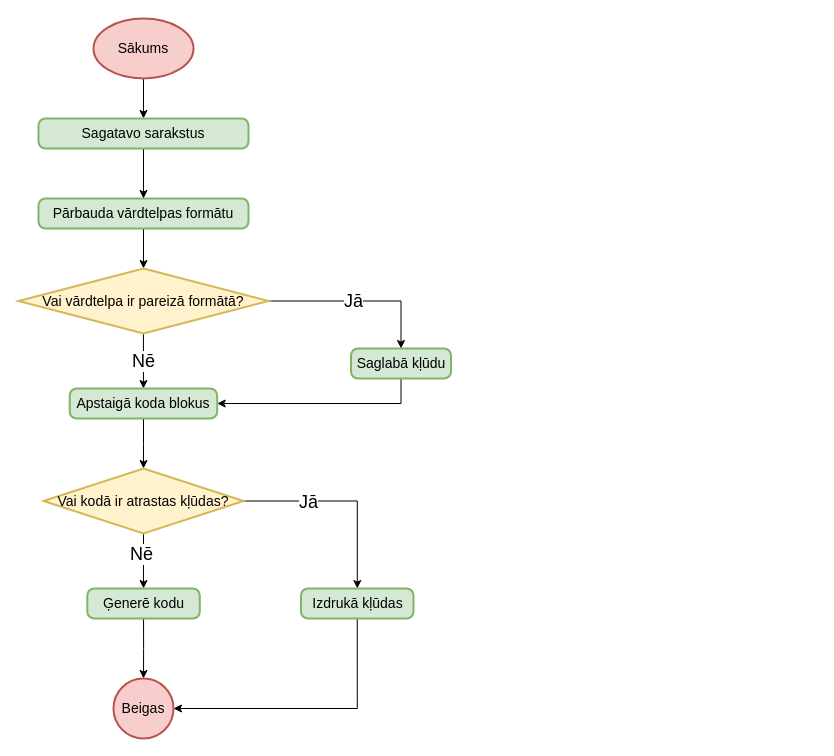
The draw.io diagram page "Komiplatora pamatprojektejums" (4 of 5) of src/Qualification project/Documentation/Diagrammas/Kompilators/Kompilators.drawio in artiks12/webAppOS, before the edit. Source tidied: cells renumbered, new cells numbered last; positions are measured from the earlier drawing's top-left corner, leaving out a move shared by most shapes. Both pictures are drawn from the tidied source at 100%, with x=0, y=0 at pixel (18, 18).
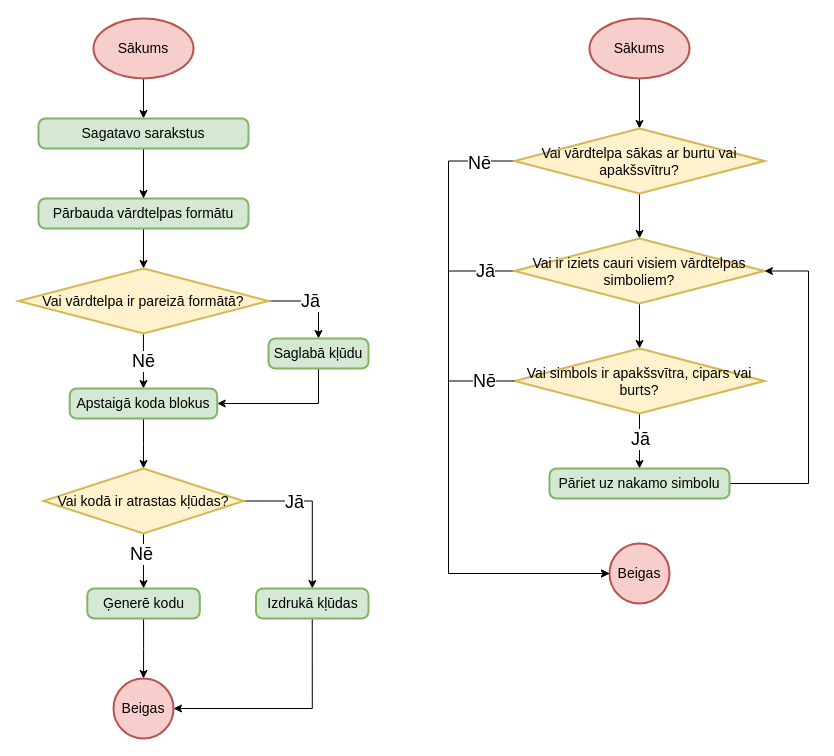
The same page after the edit.

What changed in the source:
```diff
@@
     <mxCell id="12" value="Saglabā kļūdu" style="rounded=1;whiteSpace=wrap;html=1;absoluteArcSize=1;arcSize=14;strokeWidth=2;fontSize=14;fillColor=#d5e8d4;strokeColor=#82b366;" parent="1" vertex="1">
-      <mxGeometry x="332.5" y="330" width="100" height="30" as="geometry" />
+      <mxGeometry x="250" y="320" width="100" height="30" as="geometry" />
     </mxCell>
@@
     <mxCell id="23" value="Izdrukā kļūdas" style="rounded=1;whiteSpace=wrap;html=1;absoluteArcSize=1;arcSize=14;strokeWidth=2;fontSize=14;fillColor=#d5e8d4;strokeColor=#82b366;" parent="1" vertex="1">
-      <mxGeometry x="282.5" y="570" width="112.5" height="30" as="geometry" />
+      <mxGeometry x="237.5" y="570" width="112.5" height="30" as="geometry" />
     </mxCell>
@@
+    <mxCell id="27" style="edgeStyle=orthogonalEdgeStyle;rounded=0;jettySize=auto;html=1;" parent="1" edge="1" source="28" target="32">
+      <mxGeometry relative="1" as="geometry" />
+    </mxCell>
+    <mxCell id="28" value="Sākums" style="strokeWidth=2;html=1;shape=mxgraph.flowchart.start_1;whiteSpace=wrap;fontSize=14;fillColor=#f8cecc;strokeColor=#b85450;" parent="1" vertex="1">
+      <mxGeometry x="571" width="100" height="60" as="geometry" />
+    </mxCell>
+    <mxCell id="29" style="edgeStyle=orthogonalEdgeStyle;rounded=0;jettySize=auto;html=1;entryX=0;entryY=0.5;entryDx=0;entryDy=0;entryPerimeter=0;" parent="1" edge="1" source="32" target="33">
+      <mxGeometry relative="1" as="geometry">
+        <Array as="points">
+          <mxPoint x="430" y="143" />
+          <mxPoint x="430" y="555" />
+        </Array>
+      </mxGeometry>
+    </mxCell>
+    <mxCell id="30" value="&lt;font style=&quot;font-size: 18px&quot;&gt;Nē&lt;/font&gt;" style="edgeLabel;html=1;align=center;verticalAlign=middle;" parent="29" vertex="1">
+      <mxGeometry x="-0.6" y="-3" relative="1" as="geometry">
+        <mxPoint x="33" y="-60" as="offset" />
+      </mxGeometry>
+    </mxCell>
+    <mxCell id="31" style="edgeStyle=orthogonalEdgeStyle;rounded=0;jettySize=auto;html=1;entryX=0.5;entryY=0;entryDx=0;entryDy=0;entryPerimeter=0;fontSize=18;" parent="1" edge="1" source="32" target="37">
+      <mxGeometry relative="1" as="geometry" />
+    </mxCell>
+    <mxCell id="32" value="Vai vārdtelpa sākas ar burtu vai apakšsvītru?" style="strokeWidth=2;html=1;shape=mxgraph.flowchart.decision;whiteSpace=wrap;fontSize=14;fillColor=#fff2cc;strokeColor=#d6b656;" parent="1" vertex="1">
+      <mxGeometry x="496" y="110" width="250" height="65" as="geometry" />
+    </mxCell>
+    <mxCell id="33" value="Beigas" style="strokeWidth=2;html=1;shape=mxgraph.flowchart.start_2;whiteSpace=wrap;fontSize=14;fillColor=#f8cecc;strokeColor=#b85450;" parent="1" vertex="1">
+      <mxGeometry x="591" y="525" width="60" height="60" as="geometry" />
+    </mxCell>
+    <mxCell id="34" style="edgeStyle=orthogonalEdgeStyle;rounded=0;jettySize=auto;html=1;entryX=0.5;entryY=0;entryDx=0;entryDy=0;entryPerimeter=0;fontSize=18;" parent="1" edge="1" source="37" target="40">
+      <mxGeometry relative="1" as="geometry" />
+    </mxCell>
+    <mxCell id="35" style="edgeStyle=orthogonalEdgeStyle;rounded=0;jettySize=auto;html=1;entryX=0;entryY=0.5;entryDx=0;entryDy=0;entryPerimeter=0;fontSize=18;" parent="1" edge="1" source="37" target="33">
+      <mxGeometry relative="1" as="geometry">
+        <Array as="points">
+          <mxPoint x="430" y="253" />
+          <mxPoint x="430" y="555" />
+        </Array>
+      </mxGeometry>
+    </mxCell>
+    <mxCell id="36" value="Jā" style="edgeLabel;html=1;align=center;verticalAlign=middle;fontSize=18;" parent="35" vertex="1">
+      <mxGeometry x="-0.87" relative="1" as="geometry">
+        <mxPoint x="4" as="offset" />
+      </mxGeometry>
+    </mxCell>
+    <mxCell id="37" value="Vai ir iziets cauri visiem vārdtelpas simboliem?" style="strokeWidth=2;html=1;shape=mxgraph.flowchart.decision;whiteSpace=wrap;fontSize=14;fillColor=#fff2cc;strokeColor=#d6b656;" parent="1" vertex="1">
+      <mxGeometry x="496" y="220" width="250" height="65" as="geometry" />
+    </mxCell>
+    <mxCell id="38" style="edgeStyle=orthogonalEdgeStyle;rounded=0;jettySize=auto;html=1;entryX=0.5;entryY=0;entryDx=0;entryDy=0;fontSize=18;" parent="1" edge="1" source="40" target="42">
+      <mxGeometry relative="1" as="geometry" />
+    </mxCell>
+    <mxCell id="39" value="Jā" style="edgeLabel;html=1;align=center;verticalAlign=middle;fontSize=18;" parent="38" vertex="1">
+      <mxGeometry x="-0.27" y="1" relative="1" as="geometry">
+        <mxPoint x="-1" y="5" as="offset" />
+      </mxGeometry>
+    </mxCell>
+    <mxCell id="40" value="Vai simbols ir apakšsvītra, cipars vai burts?" style="strokeWidth=2;html=1;shape=mxgraph.flowchart.decision;whiteSpace=wrap;fontSize=14;fillColor=#fff2cc;strokeColor=#d6b656;" parent="1" vertex="1">
+      <mxGeometry x="496" y="330" width="250" height="65" as="geometry" />
+    </mxCell>
+    <mxCell id="41" style="edgeStyle=orthogonalEdgeStyle;rounded=0;jettySize=auto;html=1;entryX=1;entryY=0.5;entryDx=0;entryDy=0;entryPerimeter=0;fontSize=18;exitX=1;exitY=0.5;exitDx=0;exitDy=0;" parent="1" edge="1" source="42" target="37">
+      <mxGeometry relative="1" as="geometry">
+        <Array as="points">
+          <mxPoint x="790" y="465" />
+          <mxPoint x="790" y="253" />
+        </Array>
+      </mxGeometry>
+    </mxCell>
+    <mxCell id="42" value="Pāriet uz nakamo simbolu" style="rounded=1;whiteSpace=wrap;html=1;absoluteArcSize=1;arcSize=14;strokeWidth=2;fontSize=14;fillColor=#d5e8d4;strokeColor=#82b366;" parent="1" vertex="1">
+      <mxGeometry x="531" y="450" width="180" height="30" as="geometry" />
+    </mxCell>
+    <mxCell id="43" style="edgeStyle=orthogonalEdgeStyle;rounded=0;jettySize=auto;html=1;entryX=0;entryY=0.5;entryDx=0;entryDy=0;fontSize=18;endArrow=none;exitX=0;exitY=0.5;exitDx=0;exitDy=0;exitPerimeter=0;entryPerimeter=0;" parent="1" edge="1" source="40" target="33">
+      <mxGeometry relative="1" as="geometry">
+        <Array as="points">
+          <mxPoint x="430" y="363" />
+          <mxPoint x="430" y="555" />
+        </Array>
+      </mxGeometry>
+    </mxCell>
+    <mxCell id="44" value="Nē" style="edgeLabel;html=1;align=center;verticalAlign=middle;fontSize=18;" parent="43" vertex="1">
+      <mxGeometry x="-0.83" y="1" relative="1" as="geometry">
+        <mxPoint x="5" y="-1" as="offset" />
+      </mxGeometry>
+    </mxCell>
```
